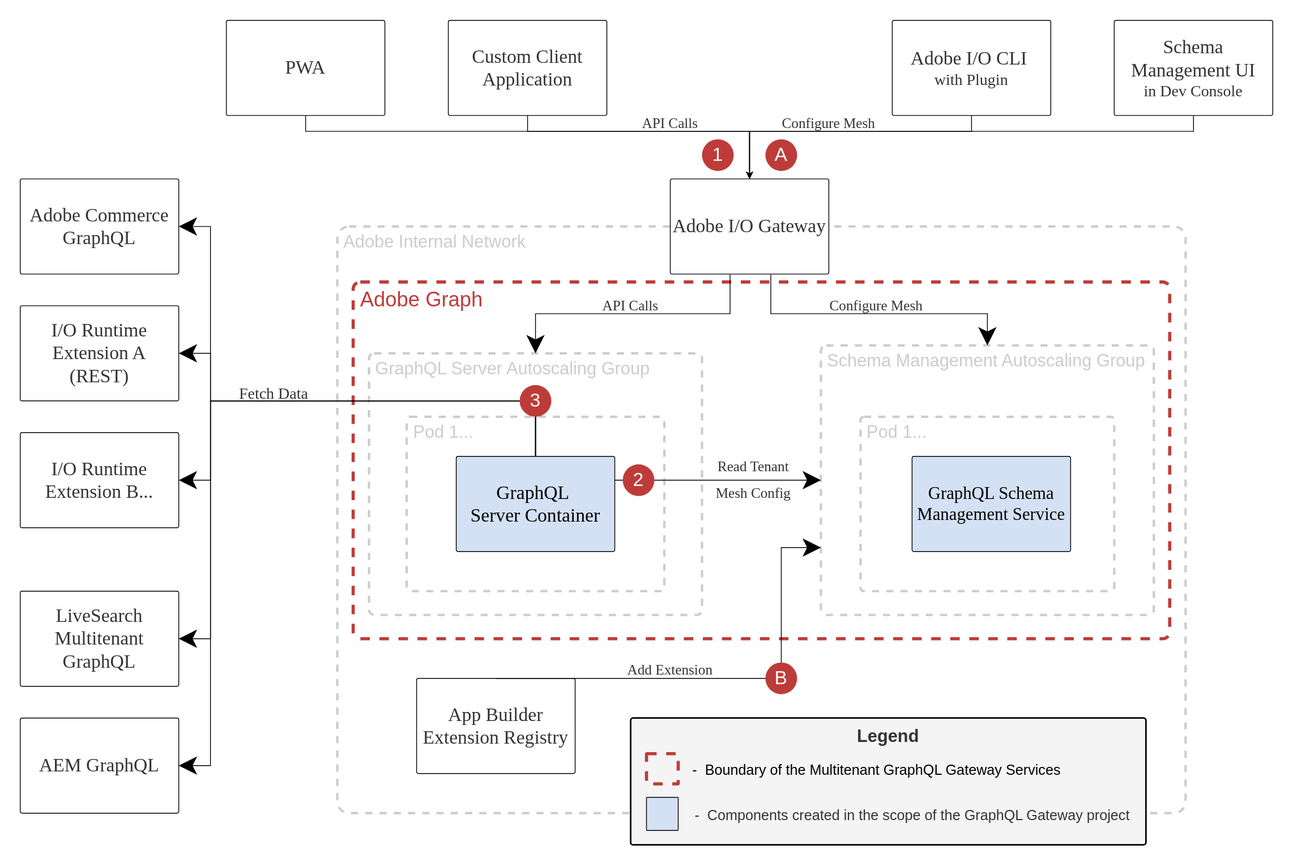
This is src/pages/guides/images/adobe-graph-architecture.svg from AdobeDocs/graphql-mesh-gateway, a draw.io export, as it was before one commit. Source tidied: cells renumbered, new cells last; positions are measured from the earlier drawing's top-left corner, leaving out a move shared by most shapes.
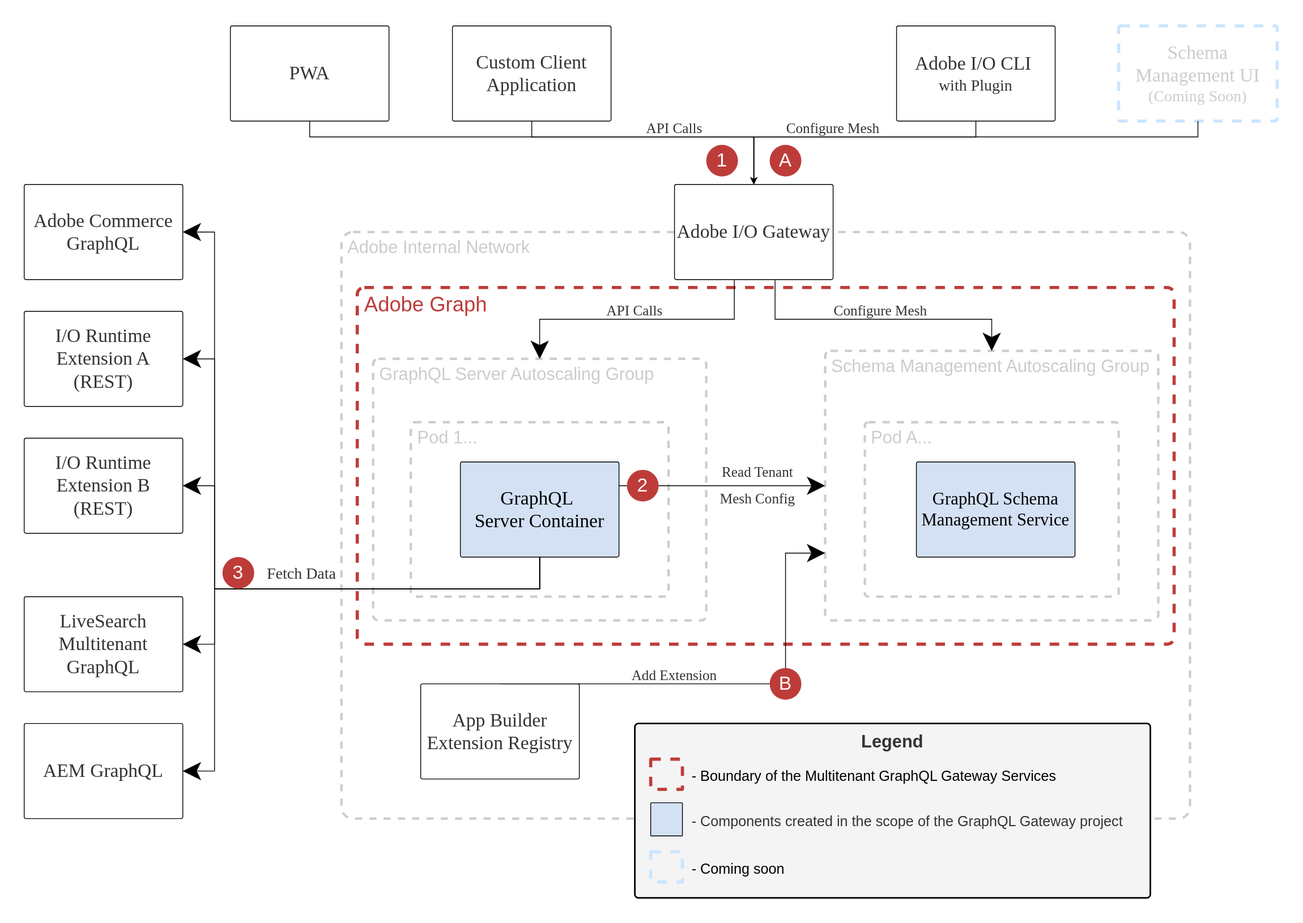
Above is the later version.

Commit message:
Modifying Architecture diagram and TOC location

The edit, as a diff of the source:
```diff
@@ -11,7 +11,7 @@
     <mxCell id="4" value=" Schema Management Autoscaling Group" style="rounded=1;arcSize=2;fillColor=default;strokeColor=#CCCCCC;fontFamily=Helvetica;fontSize=22;perimeter=rectanglePerimeter;shadow=0;fontColor=#CCCCCC;dashed=1;align=left;verticalAlign=top;whiteSpace=wrap;strokeWidth=3;" parent="1" vertex="1">
       <mxGeometry x="1010" y="410" width="420" height="340" as="geometry" />
     </mxCell>
-    <mxCell id="5" value=" Pod 1..." style="rounded=1;arcSize=2;fillColor=default;strokeColor=#CCCCCC;fontFamily=Helvetica;fontSize=22;perimeter=rectanglePerimeter;shadow=0;fontColor=#CCCCCC;dashed=1;align=left;verticalAlign=top;whiteSpace=wrap;strokeWidth=3;" parent="1" vertex="1">
+    <mxCell id="5" value=" Pod A..." style="rounded=1;arcSize=2;fillColor=default;strokeColor=#CCCCCC;fontFamily=Helvetica;fontSize=22;perimeter=rectanglePerimeter;shadow=0;fontColor=#CCCCCC;dashed=1;align=left;verticalAlign=top;whiteSpace=wrap;strokeWidth=3;" parent="1" vertex="1">
       <mxGeometry x="1060" y="500" width="320" height="220" as="geometry" />
     </mxCell>
     <mxCell id="6" value=" GraphQL Server Autoscaling Group" style="rounded=1;arcSize=2;fillColor=default;strokeColor=#CCCCCC;fontFamily=Helvetica;fontSize=22;perimeter=rectanglePerimeter;shadow=0;fontColor=#CCCCCC;dashed=1;align=left;verticalAlign=top;whiteSpace=wrap;strokeWidth=3;" parent="1" vertex="1">
@@ -72,14 +72,14 @@
     <mxCell id="16" value="&lt;div&gt;&lt;font style=&quot;font-size: 24px&quot;&gt;Adobe I/O CLI&amp;nbsp;&lt;/font&gt;&lt;/div&gt;&lt;div&gt;&lt;font style=&quot;font-size: 20px&quot;&gt;with Plugin&lt;/font&gt;&lt;/div&gt;" style="rounded=1;whiteSpace=wrap;html=1;arcSize=2;fillColor=none;strokeColor=#000000;fontFamily=Verdana;fontSize=13;perimeter=rectanglePerimeter;shadow=0;fontColor=#333333;align=center;" parent="1" vertex="1">
       <mxGeometry x="1100" width="200" height="120" as="geometry" />
     </mxCell>
-    <mxCell id="17" value="&lt;div&gt;&lt;font style=&quot;font-size: 24px&quot;&gt;Schema Management UI&lt;/font&gt;&lt;/div&gt;&lt;div&gt;&lt;font style=&quot;font-size: 20px&quot;&gt;in Dev Console&lt;/font&gt;&lt;/div&gt;" style="rounded=1;whiteSpace=wrap;html=1;arcSize=2;fillColor=none;strokeColor=#000000;fontFamily=Verdana;fontSize=13;perimeter=rectanglePerimeter;shadow=0;fontColor=#333333;align=center;" parent="1" vertex="1">
+    <mxCell id="17" value="&lt;div&gt;&lt;font style=&quot;font-size: 24px&quot; color=&quot;#cccccc&quot;&gt;Schema Management UI&lt;/font&gt;&lt;/div&gt;&lt;div&gt;&lt;span style=&quot;font-size: 20px ; color: rgb(204 , 204 , 204)&quot;&gt;(Coming Soon)&lt;/span&gt;&lt;br&gt;&lt;/div&gt;" style="rounded=1;whiteSpace=wrap;html=1;arcSize=2;fillColor=none;strokeColor=#CCE5FF;fontFamily=Verdana;fontSize=13;perimeter=rectanglePerimeter;shadow=0;fontColor=#333333;align=center;dashed=1;strokeWidth=4;" parent="1" vertex="1">
       <mxGeometry x="1380" width="200" height="120" as="geometry" />
     </mxCell>
     <mxCell id="18" style="edgeStyle=orthogonalEdgeStyle;rounded=0;jettySize=auto;html=1;exitX=0.5;exitY=0;exitDx=0;exitDy=0;entryX=1;entryY=0.5;entryDx=0;entryDy=0;endSize=20;" parent="1" edge="1" source="20" target="24">
       <mxGeometry relative="1" as="geometry">
         <Array as="points">
-          <mxPoint x="650" y="480" />
-          <mxPoint x="240" y="480" />
+          <mxPoint x="650" y="710" />
+          <mxPoint x="240" y="710" />
           <mxPoint x="240" y="420" />
         </Array>
       </mxGeometry>
@@ -112,48 +112,51 @@
     <mxCell id="24" value="&lt;div&gt;&lt;font style=&quot;font-size: 24px&quot;&gt;I/O Runtime Extension A&lt;/font&gt;&lt;/div&gt;&lt;div&gt;&lt;font style=&quot;font-size: 24px&quot;&gt;(REST)&lt;/font&gt;&lt;/div&gt;" style="rounded=1;whiteSpace=wrap;html=1;arcSize=2;fillColor=none;strokeColor=#000000;fontFamily=Verdana;fontSize=13;perimeter=rectanglePerimeter;shadow=0;fontColor=#333333;align=center;" parent="1" vertex="1">
       <mxGeometry y="360" width="200" height="120" as="geometry" />
     </mxCell>
-    <mxCell id="25" style="edgeStyle=orthogonalEdgeStyle;rounded=0;jettySize=auto;html=1;exitX=1;exitY=0.5;exitDx=0;exitDy=0;startArrow=classic;startFill=1;endArrow=none;endFill=0;entryX=0.5;entryY=0;entryDx=0;entryDy=0;endSize=20;startSize=20;" parent="1" edge="1" source="26" target="20">
+    <mxCell id="25" style="edgeStyle=orthogonalEdgeStyle;rounded=0;jettySize=auto;html=1;exitX=1;exitY=0.5;exitDx=0;exitDy=0;startArrow=classic;startFill=1;endArrow=none;endFill=0;endSize=20;startSize=20;" parent="1" edge="1" source="26">
       <mxGeometry relative="1" as="geometry">
+        <mxPoint x="650" y="670" as="targetPoint" />
         <Array as="points">
           <mxPoint x="240" y="580" />
-          <mxPoint x="240" y="480" />
-          <mxPoint x="650" y="480" />
+          <mxPoint x="240" y="710" />
+          <mxPoint x="650" y="710" />
         </Array>
       </mxGeometry>
     </mxCell>
-    <mxCell id="26" value="&lt;div&gt;&lt;font style=&quot;font-size: 24px&quot;&gt;I/O Runtime Extension B...&lt;/font&gt;&lt;/div&gt;" style="rounded=1;whiteSpace=wrap;html=1;arcSize=2;fillColor=none;strokeColor=#000000;fontFamily=Verdana;fontSize=13;perimeter=rectanglePerimeter;shadow=0;fontColor=#333333;align=center;" parent="1" vertex="1">
+    <mxCell id="26" value="&lt;div&gt;&lt;font style=&quot;font-size: 24px&quot;&gt;I/O Runtime Extension B&lt;/font&gt;&lt;/div&gt;&lt;div&gt;&lt;font style=&quot;font-size: 24px&quot;&gt;(REST)&lt;br&gt;&lt;/font&gt;&lt;/div&gt;" style="rounded=1;whiteSpace=wrap;html=1;arcSize=2;fillColor=none;strokeColor=#000000;fontFamily=Verdana;fontSize=13;perimeter=rectanglePerimeter;shadow=0;fontColor=#333333;align=center;" parent="1" vertex="1">
       <mxGeometry y="520" width="200" height="120" as="geometry" />
     </mxCell>
-    <mxCell id="27" style="edgeStyle=orthogonalEdgeStyle;rounded=0;jettySize=auto;html=1;exitX=1;exitY=0.5;exitDx=0;exitDy=0;entryX=0.5;entryY=0;entryDx=0;entryDy=0;startArrow=classic;startFill=1;endArrow=none;endFill=0;endSize=20;startSize=20;" parent="1" edge="1" source="28" target="20">
+    <mxCell id="27" style="edgeStyle=orthogonalEdgeStyle;rounded=0;jettySize=auto;html=1;exitX=1;exitY=0.5;exitDx=0;exitDy=0;startArrow=classic;startFill=1;endArrow=none;endFill=0;endSize=20;startSize=20;" parent="1" edge="1" source="28">
       <mxGeometry relative="1" as="geometry">
+        <mxPoint x="650" y="670" as="targetPoint" />
         <Array as="points">
           <mxPoint x="240" y="780" />
-          <mxPoint x="240" y="480" />
-          <mxPoint x="650" y="480" />
+          <mxPoint x="240" y="710" />
+          <mxPoint x="650" y="710" />
         </Array>
       </mxGeometry>
     </mxCell>
     <mxCell id="28" value="&lt;div&gt;&lt;font style=&quot;font-size: 24px&quot;&gt;LiveSearch&lt;/font&gt;&lt;/div&gt;&lt;div&gt;&lt;font style=&quot;font-size: 24px&quot;&gt;Multitenant&lt;/font&gt;&lt;/div&gt;&lt;div&gt;&lt;font style=&quot;font-size: 24px&quot;&gt;GraphQL&lt;/font&gt;&lt;/div&gt;" style="rounded=1;whiteSpace=wrap;html=1;arcSize=2;fillColor=none;strokeColor=#000000;fontFamily=Verdana;fontSize=13;perimeter=rectanglePerimeter;shadow=0;fontColor=#333333;align=center;" parent="1" vertex="1">
       <mxGeometry y="720" width="200" height="120" as="geometry" />
     </mxCell>
-    <mxCell id="29" style="edgeStyle=orthogonalEdgeStyle;rounded=0;jettySize=auto;html=1;exitX=1;exitY=0.5;exitDx=0;exitDy=0;entryX=0.5;entryY=0;entryDx=0;entryDy=0;startArrow=classic;startFill=1;endArrow=none;endFill=0;endSize=20;startSize=20;" parent="1" edge="1" source="30" target="20">
+    <mxCell id="29" style="edgeStyle=orthogonalEdgeStyle;rounded=0;jettySize=auto;html=1;exitX=1;exitY=0.5;exitDx=0;exitDy=0;startArrow=classic;startFill=1;endArrow=none;endFill=0;endSize=20;startSize=20;" parent="1" edge="1" source="30">
       <mxGeometry relative="1" as="geometry">
+        <mxPoint x="650" y="670" as="targetPoint" />
         <Array as="points">
           <mxPoint x="240" y="940" />
-          <mxPoint x="240" y="480" />
-          <mxPoint x="650" y="480" />
+          <mxPoint x="240" y="710" />
+          <mxPoint x="650" y="710" />
         </Array>
       </mxGeometry>
     </mxCell>
     <mxCell id="30" value="&lt;div&gt;&lt;font style=&quot;font-size: 24px&quot;&gt;AEM GraphQL&lt;/font&gt;&lt;/div&gt;" style="rounded=1;whiteSpace=wrap;html=1;arcSize=2;fillColor=none;strokeColor=#000000;fontFamily=Verdana;fontSize=13;perimeter=rectanglePerimeter;shadow=0;fontColor=#333333;align=center;" parent="1" vertex="1">
       <mxGeometry y="880" width="200" height="120" as="geometry" />
     </mxCell>
-    <mxCell id="31" style="edgeStyle=orthogonalEdgeStyle;rounded=0;jettySize=auto;html=1;exitX=1;exitY=0.5;exitDx=0;exitDy=0;entryX=0.5;entryY=0;entryDx=0;entryDy=0;startArrow=classic;startFill=1;endArrow=none;endFill=0;endSize=20;startSize=20;" parent="1" edge="1" source="32" target="20">
+    <mxCell id="31" style="edgeStyle=orthogonalEdgeStyle;rounded=0;jettySize=auto;html=1;exitX=1;exitY=0.5;exitDx=0;exitDy=0;entryX=0.5;entryY=1;entryDx=0;entryDy=0;startArrow=classic;startFill=1;endArrow=none;endFill=0;endSize=20;startSize=20;" parent="1" edge="1" source="32" target="20">
       <mxGeometry relative="1" as="geometry">
         <Array as="points">
           <mxPoint x="240" y="260" />
-          <mxPoint x="240" y="480" />
-          <mxPoint x="650" y="480" />
+          <mxPoint x="240" y="710" />
+          <mxPoint x="650" y="710" />
         </Array>
       </mxGeometry>
     </mxCell>
@@ -161,7 +164,7 @@
       <mxGeometry y="200" width="200" height="120" as="geometry" />
     </mxCell>
     <mxCell id="33" value="&lt;div&gt;&lt;font style=&quot;font-size: 20px&quot;&gt;Fetch Data&lt;/font&gt;&lt;/div&gt;" style="rounded=1;whiteSpace=wrap;html=1;arcSize=2;fillColor=none;strokeColor=none;fontFamily=Verdana;fontSize=13;perimeter=rectanglePerimeter;shadow=0;fontColor=#333333;align=center;" parent="1" vertex="1">
-      <mxGeometry x="220" y="450" width="200" height="40" as="geometry" />
+      <mxGeometry x="250" y="670" width="200" height="40" as="geometry" />
     </mxCell>
     <mxCell id="34" value="&lt;div&gt;&lt;font style=&quot;font-size: 18px&quot;&gt;API Calls&lt;/font&gt;&lt;/div&gt;" style="rounded=1;whiteSpace=wrap;html=1;arcSize=2;fillColor=none;strokeColor=none;fontFamily=Verdana;fontSize=13;perimeter=rectanglePerimeter;shadow=0;fontColor=#333333;align=center;" parent="1" vertex="1">
       <mxGeometry x="720" y="110" width="200" height="40" as="geometry" />
@@ -205,25 +208,31 @@
       <mxGeometry x="760" y="560" width="40" height="40" as="geometry" />
     </mxCell>
     <mxCell id="46" value="&lt;div style=&quot;text-align: center&quot;&gt;&lt;font style=&quot;line-height: 100% ; font-size: 24px&quot;&gt;3&lt;/font&gt;&lt;/div&gt;" style="ellipse;whiteSpace=wrap;html=1;fillColor=#BD3C39;fontFamily=Helvetica;align=center;strokeColor=none;fontSize=14;verticalAlign=middle;horizontal=1;spacingTop=0;spacingRight=0;spacingLeft=0;fontColor=#FFFFFF;spacing=0;labelPosition=center;verticalLabelPosition=middle;spacingBottom=2;dashed=1;" parent="1" vertex="1">
-      <mxGeometry x="630" y="460" width="40" height="40" as="geometry" />
+      <mxGeometry x="250" y="670" width="40" height="40" as="geometry" />
     </mxCell>
     <mxCell id="47" value="&lt;div style=&quot;text-align: center&quot;&gt;&lt;font style=&quot;line-height: 100% ; font-size: 24px&quot;&gt;B&lt;/font&gt;&lt;/div&gt;" style="ellipse;whiteSpace=wrap;html=1;fillColor=#BD3C39;fontFamily=Helvetica;align=center;strokeColor=none;fontSize=14;verticalAlign=middle;horizontal=1;spacingTop=0;spacingRight=0;spacingLeft=0;fontColor=#FFFFFF;spacing=0;labelPosition=center;verticalLabelPosition=middle;spacingBottom=2;dashed=1;" parent="1" vertex="1">
       <mxGeometry x="940" y="810" width="40" height="40" as="geometry" />
     </mxCell>
     <mxCell id="48" value="&lt;div style=&quot;text-align: left&quot;&gt;&lt;font style=&quot;font-size: 22px&quot;&gt;Legend&lt;/font&gt;&lt;/div&gt;" style="rounded=1;whiteSpace=wrap;html=1;arcSize=2;fillColor=#f4f4f4;strokeColor=#000000;fontFamily=Helvetica;fontSize=26;perimeter=rectanglePerimeter;shadow=0;fontColor=#333333;strokeWidth=2;verticalAlign=top;fontStyle=1;" parent="1" vertex="1">
-      <mxGeometry x="770" y="880" width="650" height="160" as="geometry" />
+      <mxGeometry x="770" y="880" width="650" height="220" as="geometry" />
     </mxCell>
-    <mxCell id="49" value="&lt;font color=&quot;#000000&quot; style=&quot;font-size: 18px&quot;&gt;-&amp;nbsp; Boundary of the Multitenant GraphQL Gateway Services&lt;/font&gt;" style="text;html=1;align=center;verticalAlign=middle;strokeColor=none;fillColor=none;fontSize=26;fontColor=#BD3C39;" parent="1" vertex="1">
-      <mxGeometry x="840" y="923.1" width="480" height="40" as="geometry" />
+    <mxCell id="49" value="&lt;font color=&quot;#000000&quot; style=&quot;font-size: 18px&quot;&gt;- Boundary of the Multitenant GraphQL Gateway Services&lt;/font&gt;" style="text;html=1;align=left;verticalAlign=middle;strokeColor=none;fillColor=none;fontSize=26;fontColor=#BD3C39;" parent="1" vertex="1">
+      <mxGeometry x="840" y="924.1" width="480" height="40" as="geometry" />
     </mxCell>
     <mxCell id="50" style="rounded=1;arcSize=2;fontFamily=Helvetica;fontSize=27;perimeter=rectanglePerimeter;shadow=0;dashed=1;align=left;verticalAlign=top;whiteSpace=wrap;strokeWidth=4;fillColor=none;strokeColor=#BD3C39;fontColor=#BD3C39;" parent="1" vertex="1">
       <mxGeometry x="790" y="925" width="40" height="38.1" as="geometry" />
     </mxCell>
-    <mxCell id="51" value="&lt;span data-lucid-content=&quot;{&amp;#34;t&amp;#34;:&amp;#34;Components that are implemented/modified in the scope of GraphQL Gateway project&amp;#34;,&amp;#34;m&amp;#34;:[{&amp;#34;s&amp;#34;:0,&amp;#34;n&amp;#34;:&amp;#34;a&amp;#34;,&amp;#34;v&amp;#34;:&amp;#34;left&amp;#34;},{&amp;#34;s&amp;#34;:0,&amp;#34;n&amp;#34;:&amp;#34;s&amp;#34;,&amp;#34;v&amp;#34;:22.22222222222222,&amp;#34;e&amp;#34;:80},{&amp;#34;s&amp;#34;:0,&amp;#34;n&amp;#34;:&amp;#34;c&amp;#34;,&amp;#34;v&amp;#34;:&amp;#34;333333ff&amp;#34;,&amp;#34;e&amp;#34;:80}]}&quot;&gt;&lt;span style=&quot;text-align: left ; color: rgb(51 , 51 , 51)&quot;&gt;&lt;font style=&quot;font-size: 18px&quot;&gt;-&amp;nbsp; Components created in the scope of the GraphQL Gateway project&lt;/font&gt;&lt;/span&gt;&lt;/span&gt;" style="text;html=1;align=center;verticalAlign=middle;strokeColor=none;fillColor=none;fontSize=26;fontColor=#000000;" parent="1" vertex="1">
-      <mxGeometry x="845" y="980" width="560" height="40" as="geometry" />
+    <mxCell id="51" value="&lt;span data-lucid-content=&quot;{&amp;#34;t&amp;#34;:&amp;#34;Components that are implemented/modified in the scope of GraphQL Gateway project&amp;#34;,&amp;#34;m&amp;#34;:[{&amp;#34;s&amp;#34;:0,&amp;#34;n&amp;#34;:&amp;#34;a&amp;#34;,&amp;#34;v&amp;#34;:&amp;#34;left&amp;#34;},{&amp;#34;s&amp;#34;:0,&amp;#34;n&amp;#34;:&amp;#34;s&amp;#34;,&amp;#34;v&amp;#34;:22.22222222222222,&amp;#34;e&amp;#34;:80},{&amp;#34;s&amp;#34;:0,&amp;#34;n&amp;#34;:&amp;#34;c&amp;#34;,&amp;#34;v&amp;#34;:&amp;#34;333333ff&amp;#34;,&amp;#34;e&amp;#34;:80}]}&quot;&gt;&lt;span style=&quot;color: rgb(51 , 51 , 51)&quot;&gt;&lt;font style=&quot;font-size: 18px&quot;&gt;- Components created in the scope of the GraphQL Gateway project&lt;/font&gt;&lt;/span&gt;&lt;/span&gt;" style="text;html=1;align=left;verticalAlign=middle;strokeColor=none;fillColor=none;fontSize=26;fontColor=#000000;" parent="1" vertex="1">
+      <mxGeometry x="840" y="980.9" width="560" height="40" as="geometry" />
     </mxCell>
     <mxCell id="52" style="rounded=1;whiteSpace=wrap;html=1;arcSize=2;fillColor=#D4E1F5;strokeColor=#000000;fontFamily=Verdana;fontSize=13;perimeter=rectanglePerimeter;shadow=0;align=center;" parent="1" vertex="1">
       <mxGeometry x="790" y="980" width="40" height="41.9" as="geometry" />
     </mxCell>
+    <mxCell id="53" value="&lt;font color=&quot;#000000&quot; style=&quot;font-size: 18px&quot;&gt;- Coming soon&lt;/font&gt;" style="text;html=1;align=left;verticalAlign=middle;strokeColor=none;fillColor=none;fontSize=26;fontColor=#BD3C39;" parent="1" vertex="1">
+      <mxGeometry x="840" y="1040.9" width="130" height="40" as="geometry" />
+    </mxCell>
+    <mxCell id="54" style="rounded=1;arcSize=2;fontFamily=Helvetica;fontSize=27;perimeter=rectanglePerimeter;shadow=0;dashed=1;align=left;verticalAlign=top;whiteSpace=wrap;strokeWidth=4;fillColor=none;strokeColor=#CCE5FF;fontColor=#BD3C39;" parent="1" vertex="1">
+      <mxGeometry x="790" y="1041.9" width="40" height="38.1" as="geometry" />
+    </mxCell>
   </root>
 </mxGraphModel>
```
